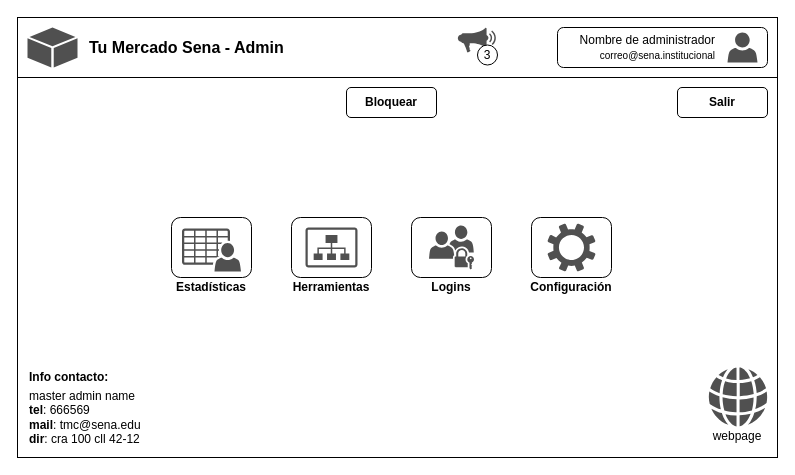
The draw.io diagram page "menu" (2 of 12) of Desktop/mockups/desktop_mockups.drawio in OmarsaurioJordan/tu_mercado_sena, before the edit. Source tidied: cells renumbered, new cells numbered last; positions are measured from the earlier drawing's top-left corner, leaving out a move shared by most shapes. Both pictures are drawn from the tidied source at 100%, with x=0, y=0 at pixel (17, 17).
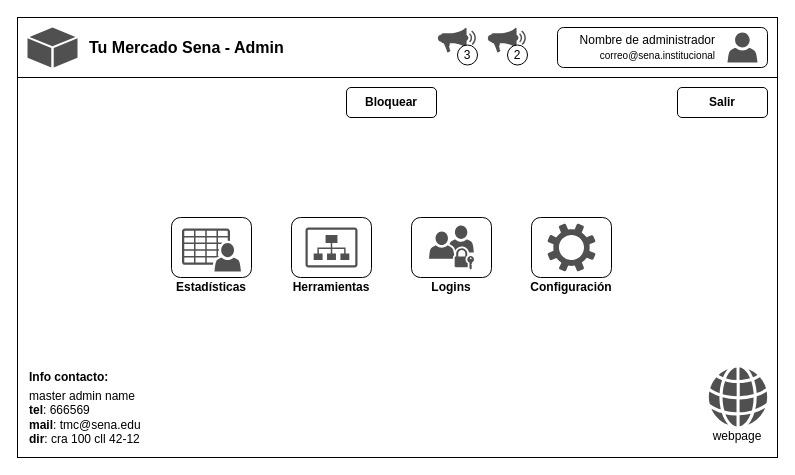
The same diagram, later.

Change to the diagram source:
```diff
@@
-    <mxCell id="7" style="group;" parent="1" vertex="1">
-      <mxGeometry x="440" y="10" width="40" height="37.5" as="geometry" />
-    </mxCell>
-    <mxCell id="8" style="sketch=0;shadow=0;dashed=0;html=1;strokeColor=none;fillColor=#505050;labelPosition=center;verticalLabelPosition=bottom;verticalAlign=top;align=center;shape=mxgraph.office.concepts.whats_new;" parent="7" vertex="1">
-      <mxGeometry width="40" height="25" as="geometry" />
-    </mxCell>
-    <mxCell id="9" value="3" style="ellipse;whiteSpace=wrap;html=1;" parent="7" vertex="1">
-      <mxGeometry x="20" y="17.5" width="20" height="20" as="geometry" />
-    </mxCell>
@@
+    <mxCell id="35" style="group;" parent="1" vertex="1">
+      <mxGeometry x="420" y="10" width="90" height="37.5" as="geometry" />
+    </mxCell>
+    <mxCell id="36" style="group;" parent="35" vertex="1">
+      <mxGeometry width="40" height="37.5" as="geometry" />
+    </mxCell>
+    <mxCell id="37" style="sketch=0;shadow=0;dashed=0;html=1;strokeColor=none;fillColor=#505050;labelPosition=center;verticalLabelPosition=bottom;verticalAlign=top;align=center;shape=mxgraph.office.concepts.whats_new;" parent="36" vertex="1">
+      <mxGeometry width="40" height="25" as="geometry" />
+    </mxCell>
+    <mxCell id="9" value="3" style="ellipse;whiteSpace=wrap;html=1;" parent="36" vertex="1">
+      <mxGeometry x="20" y="17.5" width="20" height="20" as="geometry" />
+    </mxCell>
+    <mxCell id="38" style="group;" parent="35" vertex="1">
+      <mxGeometry x="50" width="40" height="37.5" as="geometry" />
+    </mxCell>
+    <mxCell id="39" style="sketch=0;shadow=0;dashed=0;html=1;strokeColor=none;fillColor=#505050;labelPosition=center;verticalLabelPosition=bottom;verticalAlign=top;align=center;shape=mxgraph.office.concepts.whats_new;" parent="38" vertex="1">
+      <mxGeometry width="40" height="25" as="geometry" />
+    </mxCell>
+    <mxCell id="40" value="2" style="ellipse;whiteSpace=wrap;html=1;" parent="38" vertex="1">
+      <mxGeometry x="20" y="17.5" width="20" height="20" as="geometry" />
+    </mxCell>
```
